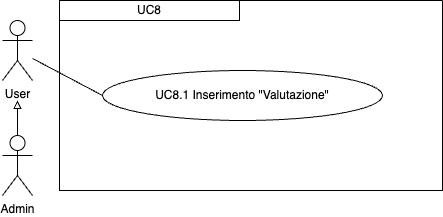
Above: imgs/Uml/UC8.1.png in ShameIRL/farmacode (draw.io), before the change. Source tidied: cells renumbered, new cells last; positions are measured from the earlier drawing's top-left corner, leaving out a move shared by most shapes.
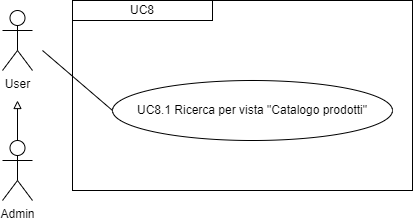
The same file after the commit.

What changed in the source:
```diff
@@ -3,27 +3,29 @@
     <mxCell id="0" />
     <mxCell id="1" parent="0" />
     <mxCell id="2" value="User" style="shape=umlActor;verticalLabelPosition=bottom;verticalAlign=top;html=1;outlineConnect=0;" parent="1" vertex="1">
-      <mxGeometry y="20" width="30" height="60" as="geometry" />
+      <mxGeometry x="-30" y="-240" width="30" height="60" as="geometry" />
     </mxCell>
-    <mxCell id="3" style="swimlane;startSize=0;" parent="1" vertex="1">
-      <mxGeometry x="57" width="383" height="190" as="geometry" />
-    </mxCell>
+    <mxCell id="9" value="UC8.1 Ricerca per vista &quot;Catalogo prodotti&quot;" style="ellipse;whiteSpace=wrap;html=1;" parent="1" vertex="1">
+      <mxGeometry x="80" y="-170" width="280" height="60" as="geometry" />
+    </mxCell>
+    <mxCell id="10" style="endArrow=none;html=1;rounded=0;entryX=0;entryY=0.5;entryDx=0;entryDy=0;" parent="1" edge="1" target="9">
+      <mxGeometry relative="1" as="geometry">
+        <mxPoint x="10" y="-200" as="sourcePoint" />
+      </mxGeometry>
+    </mxCell>
-    <mxCell id="4" value="UC8" style="rounded=0;whiteSpace=wrap;html=1;" parent="3" vertex="1">
-      <mxGeometry width="180" height="20" as="geometry" />
+    <mxCell id="4" value="&lt;div&gt;UC8&lt;/div&gt;" style="rounded=0;whiteSpace=wrap;html=1;" parent="1" vertex="1">
+      <mxGeometry x="40" y="-250" width="140" height="20" as="geometry" />
     </mxCell>
-    <mxCell id="5" value="UC8.1 Inserimento &quot;Valutazione&quot;" style="ellipse;whiteSpace=wrap;html=1;" parent="3" vertex="1">
-      <mxGeometry x="43" y="70" width="280" height="50" as="geometry" />
-    </mxCell>
-    <mxCell id="6" style="edgeStyle=orthogonalEdgeStyle;rounded=0;jettySize=auto;html=1;exitX=0.5;exitY=0;exitDx=0;exitDy=0;exitPerimeter=0;endArrow=block;endFill=0;" parent="1" edge="1" source="7">
-      <mxGeometry relative="1" as="geometry">
-        <mxPoint x="15" y="100" as="targetPoint" />
-      </mxGeometry>
-    </mxCell>
+    <mxCell id="11" style="rounded=0;whiteSpace=wrap;html=1;fillColor=none;" parent="1" vertex="1">
+      <mxGeometry x="40" y="-250" width="340" height="190" as="geometry" />
+    </mxCell>
     <mxCell id="7" value="Admin" style="shape=umlActor;verticalLabelPosition=bottom;verticalAlign=top;html=1;outlineConnect=0;" parent="1" vertex="1">
-      <mxGeometry y="135" width="30" height="60" as="geometry" />
+      <mxGeometry x="-30" y="-110" width="30" height="60" as="geometry" />
     </mxCell>
-    <mxCell id="8" style="endArrow=none;html=1;rounded=0;entryX=0;entryY=0.5;entryDx=0;entryDy=0;" parent="1" edge="1" source="2" target="5">
-      <mxGeometry relative="1" as="geometry" />
-    </mxCell>
+    <mxCell id="12" style="endArrow=block;html=1;rounded=0;exitX=0.5;exitY=0;exitDx=0;exitDy=0;exitPerimeter=0;endFill=0;" parent="1" edge="1" source="7">
+      <mxGeometry relative="1" as="geometry">
+        <mxPoint x="-15" y="-150" as="targetPoint" />
+      </mxGeometry>
+    </mxCell>
   </root>
 </mxGraphModel>
```
